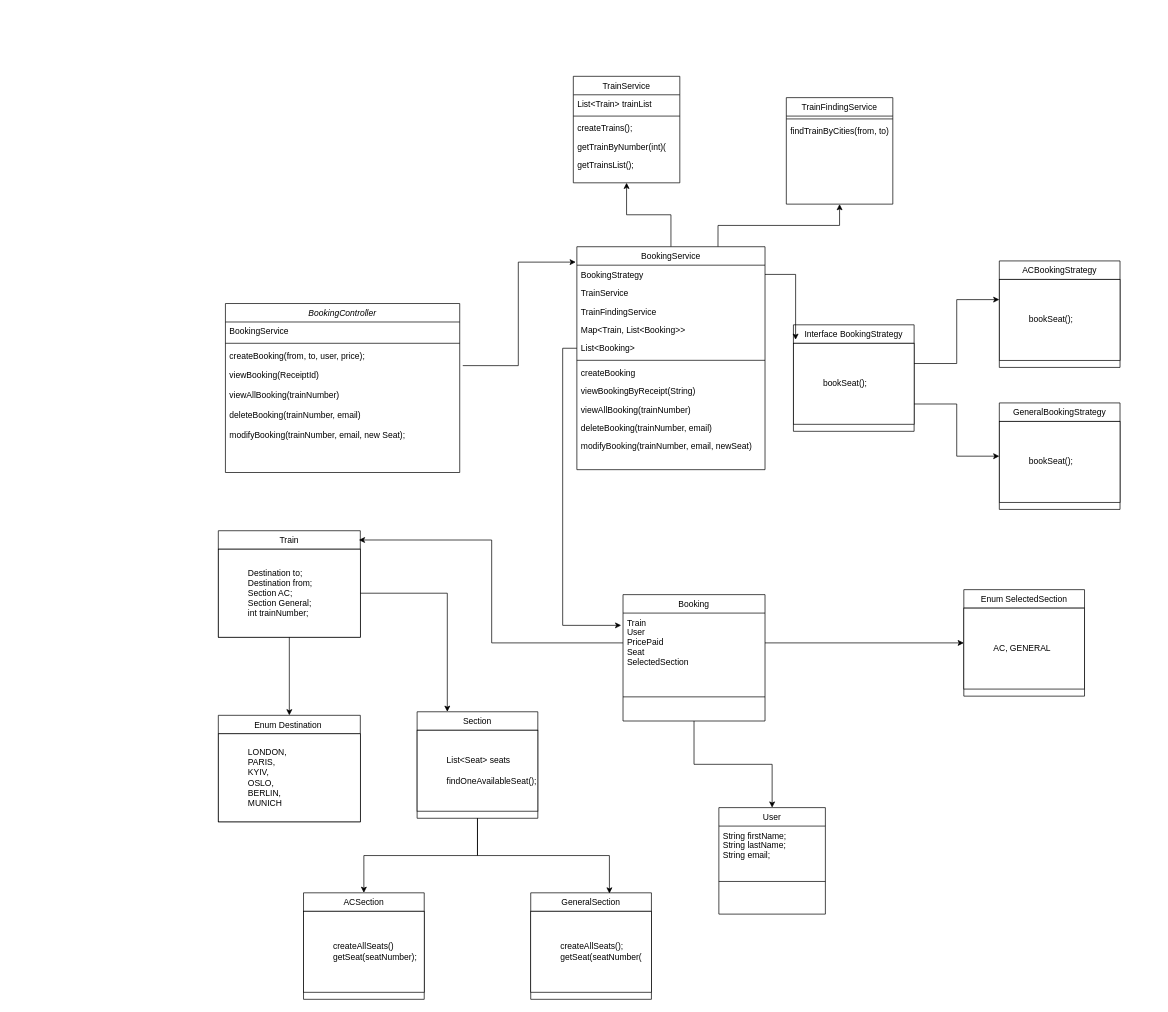
varunr10/train-ticket-reservation keeps this draw.io diagram as Untitled Diagram.drawio. Above is the earlier version. Source tidied: cells renumbered, new cells numbered last; positions are measured from the earlier drawing's top-left corner, leaving out a move shared by most shapes. Both pictures are drawn from the tidied source at 71%, with x=0, y=0 at pixel (218, 76).
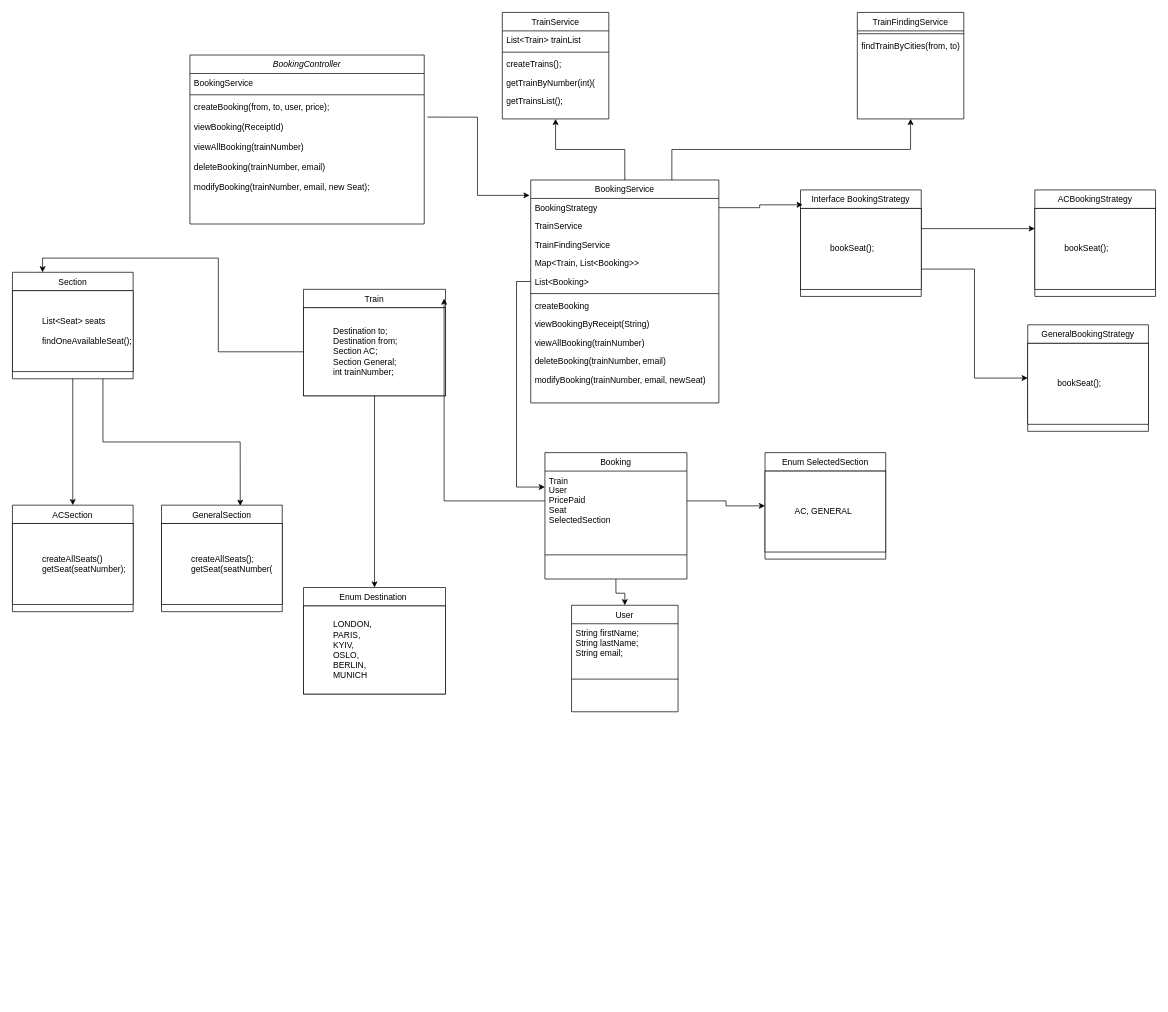
Above is the later version.

The change refers to these unchanged cells:
```xml
<mxCell id="10" value="Train&#10;User&#10;PricePaid&#10;Seat&#10;SelectedSection" style="text;align=left;verticalAlign=top;spacingLeft=4;spacingRight=4;overflow=hidden;points=[[0,0.5],[1,0.5]];portConstraint=eastwest;" parent="9" vertex="1">
  <mxGeometry y="26" width="200" height="84" as="geometry" />
</mxCell>
<mxCell id="19" value="List&lt;Booking&gt;" style="text;align=left;verticalAlign=top;spacingLeft=4;spacingRight=4;overflow=hidden;points=[[0,0.5],[1,0.5]];portConstraint=eastwest;rounded=0;shadow=0;html=0;" parent="14" vertex="1">
  <mxGeometry y="130" width="265" height="26" as="geometry" />
</mxCell>
```

What changed in the source:
```diff
@@
     <mxCell id="2" value="BookingController" style="swimlane;fontStyle=2;align=center;verticalAlign=top;horizontal=1;startSize=26;rounded=0;shadow=0;strokeWidth=1;" parent="1" vertex="1">
-      <mxGeometry x="10" y="320" width="330" height="238" as="geometry" />
+      <mxGeometry x="-40" y="-30" width="330" height="238" as="geometry" />
     </mxCell>
@@
     <mxCell id="6" value="Train" style="swimlane;fontStyle=0;align=center;verticalAlign=top;horizontal=1;startSize=26;rounded=0;shadow=0;strokeWidth=1;" parent="1" vertex="1">
-      <mxGeometry y="640" width="200" height="150" as="geometry" />
+      <mxGeometry x="120" y="300" width="200" height="150" as="geometry" />
     </mxCell>
@@
     <mxCell id="9" value="Booking" style="swimlane;fontStyle=0;align=center;verticalAlign=top;horizontal=1;startSize=26;rounded=0;shadow=0;strokeWidth=1;" parent="1" vertex="1">
-      <mxGeometry x="570" y="730" width="200" height="178" as="geometry" />
+      <mxGeometry x="460" y="530" width="200" height="178" as="geometry" />
     </mxCell>
@@
     <mxCell id="14" value="BookingService" style="swimlane;fontStyle=0;align=center;verticalAlign=top;horizontal=1;startSize=26;rounded=0;shadow=0;strokeWidth=1;" parent="1" vertex="1">
-      <mxGeometry x="505" y="240" width="265" height="314" as="geometry" />
+      <mxGeometry x="440" y="146" width="265" height="314" as="geometry" />
     </mxCell>
@@
     <mxCell id="28" value="Enum Destination " style="swimlane;fontStyle=0;align=center;verticalAlign=top;horizontal=1;startSize=26;rounded=0;shadow=0;strokeWidth=1;" parent="1" vertex="1">
-      <mxGeometry y="900" width="200" height="150" as="geometry" />
+      <mxGeometry x="120" y="720" width="200" height="150" as="geometry" />
     </mxCell>
@@
     <mxCell id="32" value="Section" style="swimlane;fontStyle=0;align=center;verticalAlign=top;horizontal=1;startSize=26;rounded=0;shadow=0;strokeWidth=1;" parent="1" vertex="1">
-      <mxGeometry x="280" y="895" width="170" height="150" as="geometry" />
+      <mxGeometry x="-290" y="276" width="170" height="150" as="geometry" />
     </mxCell>
@@
     <mxCell id="35" value="ACSection" style="swimlane;fontStyle=0;align=center;verticalAlign=top;horizontal=1;startSize=26;rounded=0;shadow=0;strokeWidth=1;" parent="1" vertex="1">
-      <mxGeometry x="120" y="1150" width="170" height="150" as="geometry" />
+      <mxGeometry x="-290" y="604" width="170" height="150" as="geometry" />
     </mxCell>
@@
     <mxCell id="37" value="GeneralSection" style="swimlane;fontStyle=0;align=center;verticalAlign=top;horizontal=1;startSize=26;rounded=0;shadow=0;strokeWidth=1;" parent="1" vertex="1">
-      <mxGeometry x="440" y="1150" width="170" height="150" as="geometry" />
+      <mxGeometry x="-80" y="604" width="170" height="150" as="geometry" />
     </mxCell>
@@
-    <mxCell id="39" style="edgeStyle=orthogonalEdgeStyle;rounded=0;jettySize=auto;html=1;entryX=0.652;entryY=0.006;entryDx=0;entryDy=0;entryPerimeter=0;" parent="1" edge="1" source="32" target="37">
+    <mxCell id="39" style="edgeStyle=orthogonalEdgeStyle;rounded=0;jettySize=auto;html=1;entryX=0.652;entryY=0.006;entryDx=0;entryDy=0;entryPerimeter=0;exitX=0.75;exitY=1;exitDx=0;exitDy=0;" parent="1" edge="1" source="32" target="37">
       <mxGeometry relative="1" as="geometry" />
     </mxCell>
     <mxCell id="40" value="Interface BookingStrategy" style="swimlane;fontStyle=0;align=center;verticalAlign=top;horizontal=1;startSize=26;rounded=0;shadow=0;strokeWidth=1;" parent="1" vertex="1">
-      <mxGeometry x="810" y="350" width="170" height="150" as="geometry" />
+      <mxGeometry x="820" y="160" width="170" height="150" as="geometry" />
     </mxCell>
@@
     <mxCell id="43" value="ACBookingStrategy" style="swimlane;fontStyle=0;align=center;verticalAlign=top;horizontal=1;startSize=26;rounded=0;shadow=0;strokeWidth=1;" parent="1" vertex="1">
-      <mxGeometry x="1100" y="260" width="170" height="150" as="geometry" />
+      <mxGeometry x="1150" y="160" width="170" height="150" as="geometry" />
     </mxCell>
@@
     <mxCell id="45" value="GeneralBookingStrategy" style="swimlane;fontStyle=0;align=center;verticalAlign=top;horizontal=1;startSize=26;rounded=0;shadow=0;strokeWidth=1;" parent="1" vertex="1">
-      <mxGeometry x="1100" y="460" width="170" height="150" as="geometry" />
+      <mxGeometry x="1140" y="350" width="170" height="150" as="geometry" />
     </mxCell>
@@
     <mxCell id="49" value="Enum SelectedSection" style="swimlane;fontStyle=0;align=center;verticalAlign=top;horizontal=1;startSize=26;rounded=0;shadow=0;strokeWidth=1;" parent="1" vertex="1">
-      <mxGeometry x="1050" y="723" width="170" height="150" as="geometry" />
+      <mxGeometry x="770" y="530" width="170" height="150" as="geometry" />
     </mxCell>
@@
     <mxCell id="52" value="TrainService" style="swimlane;fontStyle=0;align=center;verticalAlign=top;horizontal=1;startSize=26;rounded=0;shadow=0;strokeWidth=1;" parent="1" vertex="1">
-      <mxGeometry x="500" width="150" height="150" as="geometry" />
+      <mxGeometry x="400" y="-90" width="150" height="150" as="geometry" />
     </mxCell>
@@
     <mxCell id="58" value="TrainFindingService" style="swimlane;fontStyle=0;align=center;verticalAlign=top;horizontal=1;startSize=26;rounded=0;shadow=0;strokeWidth=1;" parent="1" vertex="1">
-      <mxGeometry x="800" y="30" width="150" height="150" as="geometry" />
+      <mxGeometry x="900" y="-90" width="150" height="150" as="geometry" />
     </mxCell>
@@
     <mxCell id="61" value="User" style="swimlane;fontStyle=0;align=center;verticalAlign=top;horizontal=1;startSize=26;rounded=0;shadow=0;strokeWidth=1;" parent="1" vertex="1">
-      <mxGeometry x="705" y="1030" width="150" height="150" as="geometry" />
+      <mxGeometry x="497.5" y="745" width="150" height="150" as="geometry" />
     </mxCell>
@@
-    <mxCell id="64" style="edgeStyle=orthogonalEdgeStyle;rounded=0;jettySize=auto;html=1;exitX=0;exitY=0.5;exitDx=0;exitDy=0;entryX=-0.013;entryY=0.206;entryDx=0;entryDy=0;entryPerimeter=0;" parent="1" edge="1" source="19" target="10">
+    <mxCell id="64" style="edgeStyle=orthogonalEdgeStyle;rounded=0;jettySize=auto;html=1;entryX=0;entryY=0.268;entryDx=0;entryDy=0;entryPerimeter=0;" parent="1" edge="1" source="19" target="10">
       <mxGeometry relative="1" as="geometry" />
     </mxCell>
```
